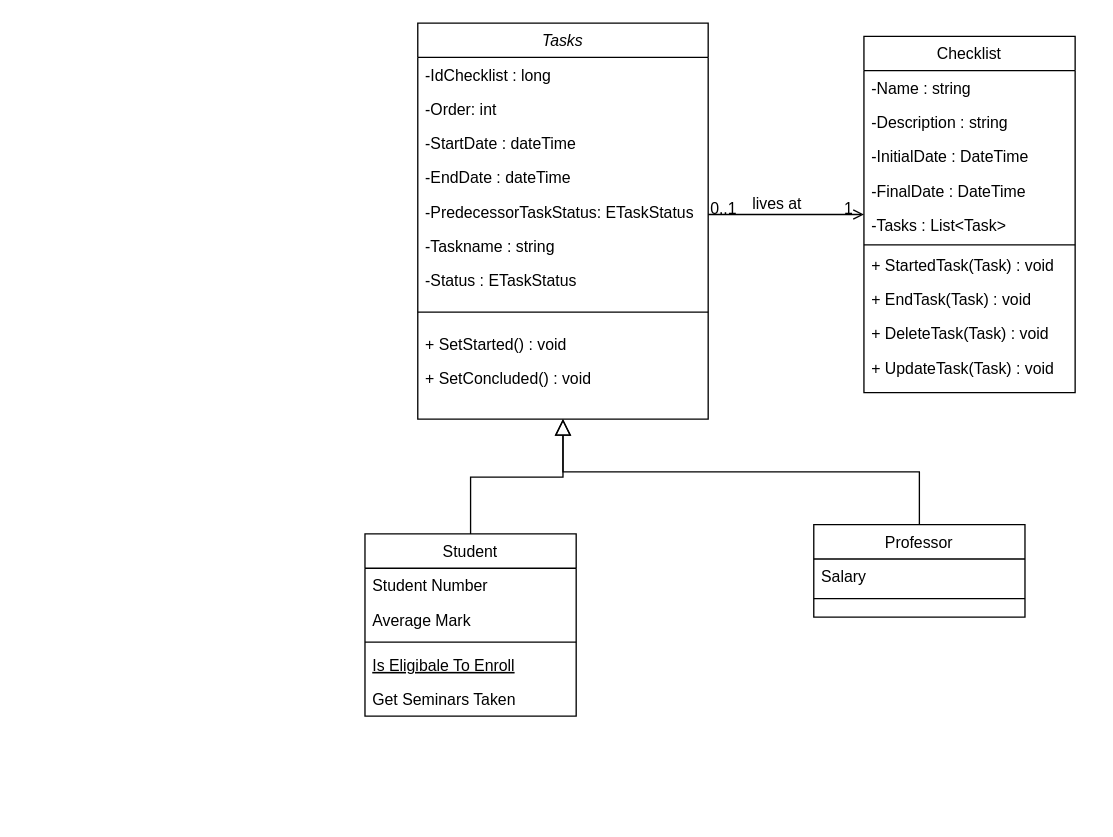
Earlier version of the draw.io diagram TaskManager.drawio (DevelopmentModalGR/TaskManager). Source tidied: cells renumbered, new cells numbered last; positions are measured from the earlier drawing's top-left corner, leaving out a move shared by most shapes. Both pictures are drawn from the tidied source at 132%, with x=0, y=0 at pixel (364, 22).
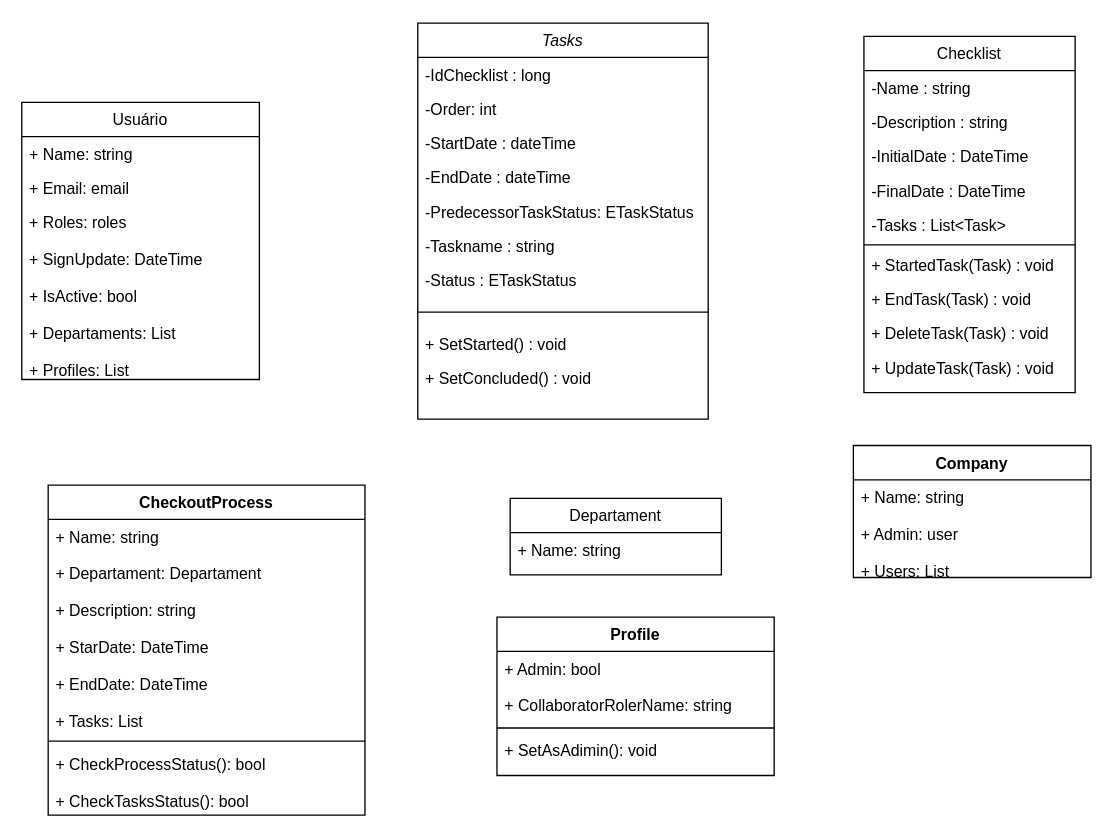
After the change.

Unchanged cells that the change refers to:
```xml
<mxCell id="2" value="Tasks" style="swimlane;fontStyle=2;align=center;verticalAlign=top;horizontal=1;startSize=26;rounded=0;shadow=0;strokeWidth=1;" parent="1" vertex="1">
  <mxGeometry x="40" width="220" height="300" as="geometry" />
</mxCell>
<mxCell id="24" value="Checklist" style="swimlane;fontStyle=0;align=center;verticalAlign=top;horizontal=1;startSize=26;rounded=0;shadow=0;strokeWidth=1;" parent="1" vertex="1">
  <mxGeometry x="378" y="10" width="160" height="270" as="geometry" />
</mxCell>
```

Diff of the diagram source:
```diff
@@
-    <mxCell id="13" value="Student" style="swimlane;fontStyle=0;align=center;verticalAlign=top;horizontal=1;startSize=26;rounded=0;shadow=0;strokeWidth=1;" parent="1" vertex="1">
-      <mxGeometry y="387" width="160" height="138" as="geometry" />
-    </mxCell>
-    <mxCell id="14" value="Student Number" style="text;align=left;verticalAlign=top;spacingLeft=4;spacingRight=4;overflow=hidden;" parent="13" vertex="1">
-      <mxGeometry y="26" width="160" height="26" as="geometry" />
-    </mxCell>
-    <mxCell id="15" value="Average Mark" style="text;align=left;verticalAlign=top;spacingLeft=4;spacingRight=4;overflow=hidden;rounded=0;shadow=0;html=0;" parent="13" vertex="1">
-      <mxGeometry y="52" width="160" height="26" as="geometry" />
-    </mxCell>
-    <mxCell id="16" style="line;html=1;strokeWidth=1;align=left;verticalAlign=middle;spacingTop=-1;spacingLeft=3;spacingRight=3;labelPosition=right;" parent="13" vertex="1">
-      <mxGeometry y="78" width="160" height="8" as="geometry" />
-    </mxCell>
-    <mxCell id="17" value="Is Eligibale To Enroll" style="text;align=left;verticalAlign=top;spacingLeft=4;spacingRight=4;overflow=hidden;fontStyle=4;" parent="13" vertex="1">
-      <mxGeometry y="86" width="160" height="26" as="geometry" />
-    </mxCell>
-    <mxCell id="18" value="Get Seminars Taken" style="text;align=left;verticalAlign=top;spacingLeft=4;spacingRight=4;overflow=hidden;" parent="13" vertex="1">
-      <mxGeometry y="112" width="160" height="26" as="geometry" />
-    </mxCell>
-    <mxCell id="19" style="endArrow=block;endSize=10;endFill=0;shadow=0;strokeWidth=1;rounded=0;edgeStyle=elbowEdgeStyle;elbow=vertical;" parent="1" edge="1" source="13" target="2">
-      <mxGeometry relative="1" as="geometry" />
-    </mxCell>
-    <mxCell id="20" value="Professor" style="swimlane;fontStyle=0;align=center;verticalAlign=top;horizontal=1;startSize=26;rounded=0;shadow=0;strokeWidth=1;" parent="1" vertex="1">
-      <mxGeometry x="340" y="380" width="160" height="70" as="geometry" />
+    <mxCell id="20" value="Departament" style="swimlane;fontStyle=0;align=center;verticalAlign=top;horizontal=1;startSize=26;rounded=0;shadow=0;strokeWidth=1;" parent="1" vertex="1">
+      <mxGeometry x="110" y="360" width="160" height="58" as="geometry" />
     </mxCell>
-    <mxCell id="21" value="Salary" style="text;align=left;verticalAlign=top;spacingLeft=4;spacingRight=4;overflow=hidden;" parent="20" vertex="1">
+    <mxCell id="21" value="+ Name: string" style="text;align=left;verticalAlign=top;spacingLeft=4;spacingRight=4;overflow=hidden;" parent="20" vertex="1">
       <mxGeometry y="26" width="160" height="26" as="geometry" />
     </mxCell>
     <mxCell id="22" style="line;html=1;strokeWidth=1;align=left;verticalAlign=middle;spacingTop=-1;spacingLeft=3;spacingRight=3;labelPosition=right;" parent="20" vertex="1">
-      <mxGeometry y="52" width="160" height="8" as="geometry" />
+      <mxGeometry y="52" width="160" as="geometry" />
     </mxCell>
-    <mxCell id="23" style="endArrow=block;endSize=10;endFill=0;shadow=0;strokeWidth=1;rounded=0;edgeStyle=elbowEdgeStyle;elbow=vertical;" parent="1" edge="1" source="20" target="2">
-      <mxGeometry relative="1" as="geometry" />
-    </mxCell>
@@
-    <mxCell id="35" style="endArrow=open;shadow=0;strokeWidth=1;rounded=0;endFill=1;edgeStyle=elbowEdgeStyle;elbow=vertical;" parent="1" edge="1" source="2" target="24">
-      <mxGeometry x="0.5" y="41" relative="1" as="geometry">
-        <mxPoint x="-40" y="32" as="offset" />
-      </mxGeometry>
-    </mxCell>
-    <mxCell id="36" value="0..1" style="align=left;verticalAlign=bottom;labelBackgroundColor=none;fontSize=12;" parent="35" vertex="1">
-      <mxGeometry x="-1" relative="1" as="geometry">
-        <mxPoint y="4" as="offset" />
-      </mxGeometry>
-    </mxCell>
-    <mxCell id="37" value="1" style="align=right;verticalAlign=bottom;labelBackgroundColor=none;fontSize=12;" parent="35" vertex="1">
-      <mxGeometry x="1" relative="1" as="geometry">
-        <mxPoint x="-7" y="4" as="offset" />
-      </mxGeometry>
-    </mxCell>
-    <mxCell id="38" value="lives at" style="text;html=1;align=center;verticalAlign=middle;labelBackgroundColor=none;rounded=0;shadow=0;strokeWidth=1;fontSize=12;" parent="35" vertex="1">
-      <mxGeometry x="0.5" y="49" relative="1" as="geometry">
-        <mxPoint x="-38" y="40" as="offset" />
-      </mxGeometry>
-    </mxCell>
+    <mxCell id="39" value="Usuário" style="swimlane;fontStyle=0;horizontal=1;startSize=26;fillColor=none;" parent="1" vertex="1">
+      <mxGeometry x="-260" y="60" width="180" height="210" as="geometry" />
+    </mxCell>
+    <mxCell id="40" value="+ Name: string" style="text;strokeColor=none;fillColor=none;align=left;verticalAlign=top;spacingLeft=4;spacingRight=4;overflow=hidden;" parent="39" vertex="1">
+      <mxGeometry y="26" width="180" height="26" as="geometry" />
+    </mxCell>
+    <mxCell id="41" value="+ Email: email" style="text;strokeColor=none;fillColor=none;align=left;verticalAlign=top;spacingLeft=4;spacingRight=4;overflow=hidden;" parent="39" vertex="1">
+      <mxGeometry y="52" width="180" height="26" as="geometry" />
+    </mxCell>
+    <mxCell id="42" value="+ Roles: roles&#10;&#10;+ SignUpdate: DateTime&#10;&#10;+ IsActive: bool&#10;&#10;+ Departaments: List&#10;&#10;+ Profiles: List&#10;" style="text;strokeColor=none;fillColor=none;align=left;verticalAlign=top;spacingLeft=4;spacingRight=4;overflow=hidden;" parent="39" vertex="1">
+      <mxGeometry y="78" width="180" height="132" as="geometry" />
+    </mxCell>
+    <mxCell id="43" value="CheckoutProcess" style="swimlane;fontStyle=1;align=center;verticalAlign=top;horizontal=1;startSize=26;" parent="1" vertex="1">
+      <mxGeometry x="-240" y="350" width="240" height="250" as="geometry" />
+    </mxCell>
+    <mxCell id="44" value="+ Name: string&#10;&#10;+ Departament: Departament&#10;&#10;+ Description: string&#10;&#10;+ StarDate: DateTime&#10;&#10;+ EndDate: DateTime&#10;&#10;+ Tasks: List&#10;" style="text;strokeColor=none;fillColor=none;align=left;verticalAlign=top;spacingLeft=4;spacingRight=4;overflow=hidden;" parent="43" vertex="1">
+      <mxGeometry y="26" width="240" height="164" as="geometry" />
+    </mxCell>
+    <mxCell id="45" style="line;strokeWidth=1;fillColor=none;align=left;verticalAlign=middle;spacingTop=-1;spacingLeft=3;spacingRight=3;labelPosition=right;" parent="43" vertex="1">
+      <mxGeometry y="190" width="240" height="8" as="geometry" />
+    </mxCell>
+    <mxCell id="46" value="+ CheckProcessStatus(): bool&#10;&#10;+ CheckTasksStatus(): bool" style="text;strokeColor=none;fillColor=none;align=left;verticalAlign=top;spacingLeft=4;spacingRight=4;overflow=hidden;" parent="43" vertex="1">
+      <mxGeometry y="198" width="240" height="52" as="geometry" />
+    </mxCell>
+    <mxCell id="47" value="Profile" style="swimlane;fontStyle=1;align=center;verticalAlign=top;horizontal=1;startSize=26;" parent="1" vertex="1">
+      <mxGeometry x="100" y="450" width="210" height="120" as="geometry" />
+    </mxCell>
+    <mxCell id="48" value="+ Admin: bool&#10;&#10;+ CollaboratorRolerName: string&#10;&#10;&#10;&#10;" style="text;strokeColor=none;fillColor=none;align=left;verticalAlign=top;spacingLeft=4;spacingRight=4;overflow=hidden;" parent="47" vertex="1">
+      <mxGeometry y="26" width="210" height="54" as="geometry" />
+    </mxCell>
+    <mxCell id="49" style="line;strokeWidth=1;fillColor=none;align=left;verticalAlign=middle;spacingTop=-1;spacingLeft=3;spacingRight=3;labelPosition=right;" parent="47" vertex="1">
+      <mxGeometry y="80" width="210" height="8" as="geometry" />
+    </mxCell>
+    <mxCell id="50" value="+ SetAsAdimin(): void" style="text;strokeColor=none;fillColor=none;align=left;verticalAlign=top;spacingLeft=4;spacingRight=4;overflow=hidden;" parent="47" vertex="1">
+      <mxGeometry y="88" width="210" height="32" as="geometry" />
+    </mxCell>
+    <mxCell id="51" value="Company" style="swimlane;fontStyle=1;align=center;verticalAlign=top;horizontal=1;startSize=26;" parent="1" vertex="1">
+      <mxGeometry x="370" y="320" width="180" height="100" as="geometry" />
+    </mxCell>
+    <mxCell id="52" value="+ Name: string&#10;&#10;+ Admin: user&#10;&#10;+ Users: List" style="text;strokeColor=none;fillColor=none;align=left;verticalAlign=top;spacingLeft=4;spacingRight=4;overflow=hidden;" parent="51" vertex="1">
+      <mxGeometry y="26" width="180" height="74" as="geometry" />
+    </mxCell>
+    <mxCell id="53" style="line;strokeWidth=1;fillColor=none;align=left;verticalAlign=middle;spacingTop=-1;spacingLeft=3;spacingRight=3;labelPosition=right;" parent="1" vertex="1">
+      <mxGeometry x="370" y="430" width="180" as="geometry" />
+    </mxCell>
```
